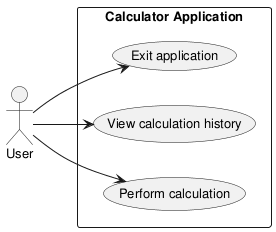
The PlantUML diagram experiments/supervisor_as_tools/structured_text/calculator/artifacts/use_case_diagram.png in DanielRiha8906/Software_autoevolution_using_agents, before a commit.
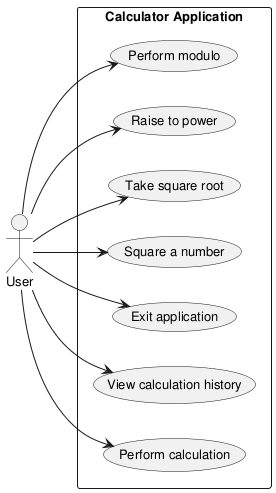
Later version of the same file.

What changed in the source:
```diff
@@ -10,11 +10,19 @@
     usecase "Perform calculation" as UC_Calc
     usecase "View calculation history" as UC_History
     usecase "Exit application" as UC_Exit
+    usecase "Square a number" as UC_Square
+    usecase "Take square root" as UC_Sqrt
+    usecase "Raise to power" as UC_Power
+    usecase "Perform modulo" as UC_Modulo
 
 }
 
 User --> UC_Calc
 User --> UC_History
 User --> UC_Exit
+User --> UC_Square
+User --> UC_Sqrt
+User --> UC_Power
+User --> UC_Modulo
 
 @enduml
```
